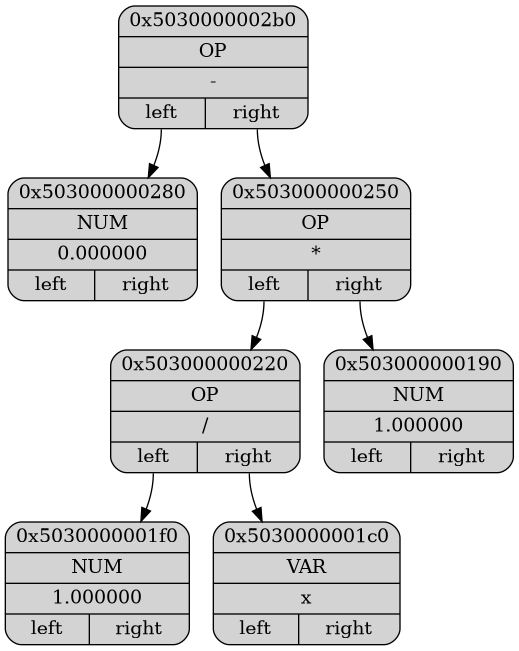
Before: Dump/dump.png, a diagram exported from Graphviz (ashqqy/Differentiation). Its source is kept beside it as Dump/dump.dot.
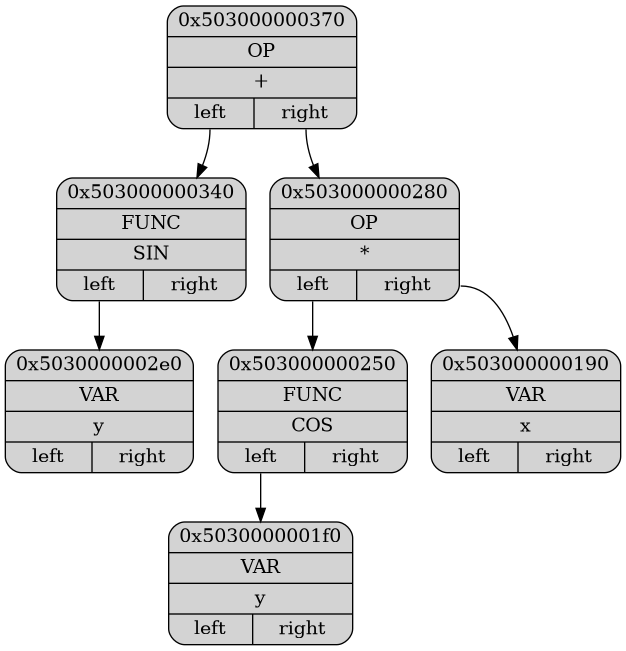
After the change.

Diff of the diagram source:
```diff
@@ -2,18 +2,18 @@
 {
 node[shape="record", style="rounded, filled"];
 
-p0x5030000002b0[label = "{ <ptr> 0x5030000002b0 |<type> OP | <data>-| { <l>left|<r>right } }"];
-p0x503000000280[label = "{ <ptr> 0x503000000280 |<type> NUM | <data>0.000000| { <l>left|<r>right } }"];
-p0x503000000250[label = "{ <ptr> 0x503000000250 |<type> OP | <data>*| { <l>left|<r>right } }"];
-p0x503000000220[label = "{ <ptr> 0x503000000220 |<type> OP | <data>/| { <l>left|<r>right } }"];
-p0x5030000001f0[label = "{ <ptr> 0x5030000001f0 |<type> NUM | <data>1.000000| { <l>left|<r>right } }"];
-p0x5030000001c0[label = "{ <ptr> 0x5030000001c0 |<type> VAR | <data>x| { <l>left|<r>right } }"];
-p0x503000000190[label = "{ <ptr> 0x503000000190 |<type> NUM | <data>1.000000| { <l>left|<r>right } }"];
+p0x503000000370[label = "{ <ptr> 0x503000000370 |<type> OP | <data>+| { <l>left|<r>right } }"];
+p0x503000000340[label = "{ <ptr> 0x503000000340 |<type> FUNC | <data>SIN| { <l>left|<r>right } }"];
+p0x5030000002e0[label = "{ <ptr> 0x5030000002e0 |<type> VAR | <data>y| { <l>left|<r>right } }"];
+p0x503000000280[label = "{ <ptr> 0x503000000280 |<type> OP | <data>*| { <l>left|<r>right } }"];
+p0x503000000250[label = "{ <ptr> 0x503000000250 |<type> FUNC | <data>COS| { <l>left|<r>right } }"];
+p0x5030000001f0[label = "{ <ptr> 0x5030000001f0 |<type> VAR | <data>y| { <l>left|<r>right } }"];
+p0x503000000190[label = "{ <ptr> 0x503000000190 |<type> VAR | <data>x| { <l>left|<r>right } }"];
 
-p0x5030000002b0:<l> -> p0x503000000280
-p0x5030000002b0:<r> -> p0x503000000250
-p0x503000000250:<l> -> p0x503000000220
-p0x503000000220:<l> -> p0x5030000001f0
-p0x503000000220:<r> -> p0x5030000001c0
-p0x503000000250:<r> -> p0x503000000190
+p0x503000000370:<l> -> p0x503000000340
+p0x503000000340:<l> -> p0x5030000002e0
+p0x503000000370:<r> -> p0x503000000280
+p0x503000000280:<l> -> p0x503000000250
+p0x503000000250:<l> -> p0x5030000001f0
+p0x503000000280:<r> -> p0x503000000190
 }
```
